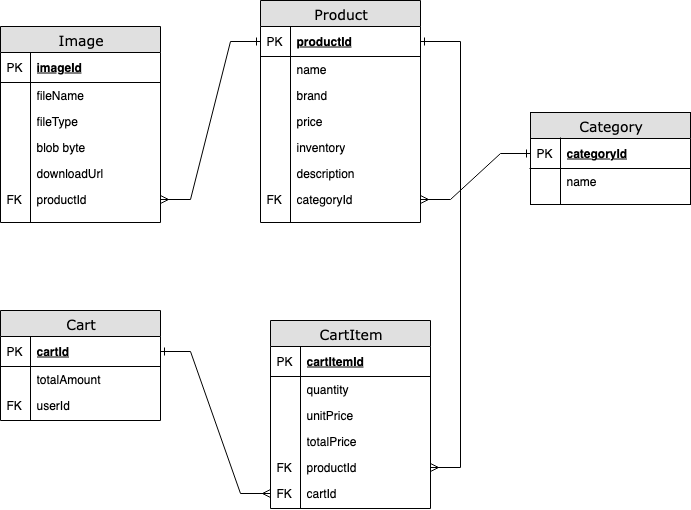
Above: screenshots/shopping-cart-erd.drawio.png in tgoldenphoenix/ShoppingCart-SpringBoot (draw.io), before the change. Source tidied: cells renumbered, new cells last; positions are measured from the earlier drawing's top-left corner, leaving out a move shared by most shapes.
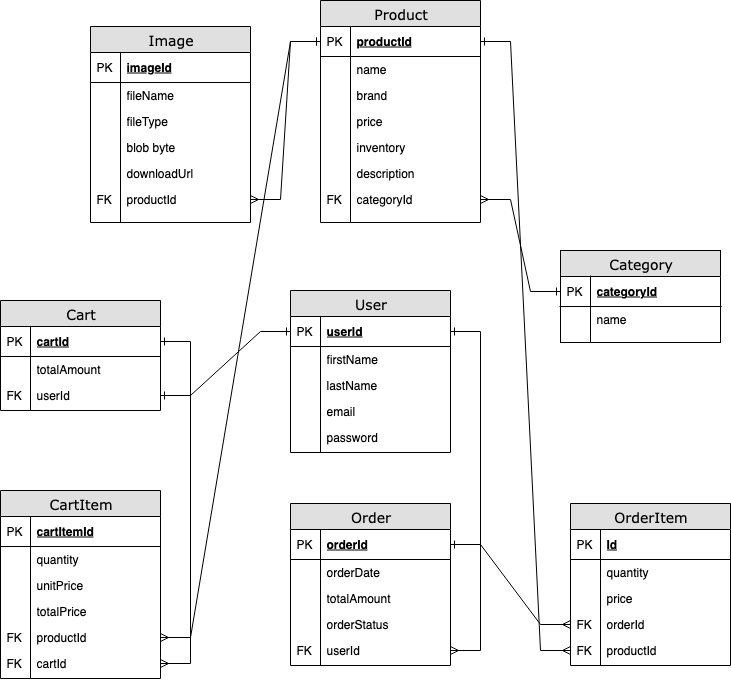
The same file after the commit.

Change to the diagram source:
```diff
@@ -3,7 +3,7 @@
     <mxCell id="0" />
     <mxCell id="1" parent="0" />
     <mxCell id="2" value="&lt;div&gt;Category&lt;/div&gt;" style="swimlane;html=1;fontStyle=0;horizontal=1;startSize=26;fillColor=#e0e0e0;swimlaneFillColor=#ffffff;align=center;rounded=0;shadow=0;comic=0;labelBackgroundColor=none;strokeWidth=1;fontFamily=Verdana;fontSize=14;" parent="1" vertex="1">
-      <mxGeometry x="530" y="112" width="160" height="92" as="geometry" />
+      <mxGeometry x="560" y="260" width="160" height="92" as="geometry" />
     </mxCell>
     <mxCell id="3" value="categoryId" style="shape=partialRectangle;top=0;left=0;right=0;bottom=1;html=1;align=left;verticalAlign=middle;fillColor=none;spacingLeft=34;spacingRight=4;whiteSpace=wrap;overflow=hidden;points=[[0,0.5],[1,0.5]];portConstraint=eastwest;fontStyle=5;" parent="2" vertex="1">
       <mxGeometry y="26" width="160" height="30" as="geometry" />
@@ -24,7 +24,7 @@
       <mxGeometry width="30" height="10" as="geometry" />
     </mxCell>
     <mxCell id="9" value="Product" style="swimlane;html=1;fontStyle=0;horizontal=1;startSize=26;fillColor=#e0e0e0;swimlaneFillColor=#ffffff;align=center;rounded=0;shadow=0;comic=0;labelBackgroundColor=none;strokeWidth=1;fontFamily=Verdana;fontSize=14;" parent="1" vertex="1">
-      <mxGeometry x="260" width="160" height="222" as="geometry" />
+      <mxGeometry x="320" y="10" width="160" height="222" as="geometry" />
     </mxCell>
     <mxCell id="10" value="productId" style="shape=partialRectangle;top=0;left=0;right=0;bottom=1;html=1;align=left;verticalAlign=middle;fillColor=none;spacingLeft=34;spacingRight=4;whiteSpace=wrap;overflow=hidden;points=[[0,0.5],[1,0.5]];portConstraint=eastwest;fontStyle=5;" parent="9" vertex="1">
       <mxGeometry y="26" width="160" height="30" as="geometry" />
@@ -75,7 +75,7 @@
       <mxGeometry width="30" height="10" as="geometry" />
     </mxCell>
     <mxCell id="26" value="Image" style="swimlane;html=1;fontStyle=0;horizontal=1;startSize=26;fillColor=#e0e0e0;swimlaneFillColor=#ffffff;align=center;rounded=0;shadow=0;comic=0;labelBackgroundColor=none;strokeWidth=1;fontFamily=Verdana;fontSize=14;" parent="1" vertex="1">
-      <mxGeometry y="26" width="160" height="196" as="geometry" />
+      <mxGeometry x="90" y="36" width="160" height="196" as="geometry" />
     </mxCell>
     <mxCell id="27" value="imageId" style="shape=partialRectangle;top=0;left=0;right=0;bottom=1;html=1;align=left;verticalAlign=middle;fillColor=none;spacingLeft=34;spacingRight=4;whiteSpace=wrap;overflow=hidden;fontStyle=5;" parent="26" vertex="1">
       <mxGeometry y="26" width="160" height="30" as="geometry" />
@@ -158,7 +158,7 @@
       <mxGeometry width="30" height="2" as="geometry" />
     </mxCell>
     <mxCell id="52" value="CartItem" style="swimlane;html=1;fontStyle=0;horizontal=1;startSize=26;fillColor=#e0e0e0;swimlaneFillColor=#ffffff;align=center;rounded=0;shadow=0;comic=0;labelBackgroundColor=none;strokeWidth=1;fontFamily=Verdana;fontSize=14;" parent="1" vertex="1">
-      <mxGeometry x="270" y="320" width="160" height="188" as="geometry" />
+      <mxGeometry y="500" width="160" height="188" as="geometry" />
     </mxCell>
     <mxCell id="53" value="cartItemId" style="shape=partialRectangle;top=0;left=0;right=0;bottom=1;html=1;align=left;verticalAlign=middle;fillColor=none;spacingLeft=34;spacingRight=4;whiteSpace=wrap;overflow=hidden;fontStyle=5;" parent="52" vertex="1">
       <mxGeometry y="26" width="160" height="30" as="geometry" />
@@ -208,5 +208,134 @@
     <mxCell id="68" style="edgeStyle=entityRelationEdgeStyle;fontSize=12;html=1;endArrow=ERone;startArrow=ERmany;rounded=0;endFill=0;" parent="1" edge="1" source="61" target="10">
       <mxGeometry relative="1" as="geometry" />
     </mxCell>
+    <mxCell id="69" value="User" style="swimlane;html=1;fontStyle=0;horizontal=1;startSize=26;fillColor=#e0e0e0;swimlaneFillColor=#ffffff;align=center;rounded=0;shadow=0;comic=0;labelBackgroundColor=none;strokeWidth=1;fontFamily=Verdana;fontSize=14;" parent="1" vertex="1">
+      <mxGeometry x="290" y="300" width="160" height="162" as="geometry" />
+    </mxCell>
+    <mxCell id="70" value="userId" style="shape=partialRectangle;top=0;left=0;right=0;bottom=1;html=1;align=left;verticalAlign=middle;fillColor=none;spacingLeft=34;spacingRight=4;whiteSpace=wrap;overflow=hidden;points=[[0,0.5],[1,0.5]];portConstraint=eastwest;fontStyle=5;" parent="69" vertex="1">
+      <mxGeometry y="26" width="160" height="30" as="geometry" />
+    </mxCell>
+    <mxCell id="71" value="PK" style="shape=partialRectangle;top=0;left=0;bottom=0;html=1;fillColor=none;align=left;verticalAlign=middle;spacingLeft=4;spacingRight=4;whiteSpace=wrap;overflow=hidden;" parent="70" vertex="1">
+      <mxGeometry width="30" height="30" as="geometry" />
+    </mxCell>
+    <mxCell id="72" value="firstName" style="shape=partialRectangle;top=0;left=0;right=0;bottom=0;html=1;align=left;verticalAlign=top;fillColor=none;spacingLeft=34;spacingRight=4;whiteSpace=wrap;overflow=hidden;" parent="69" vertex="1">
+      <mxGeometry y="56" width="160" height="26" as="geometry" />
+    </mxCell>
+    <mxCell id="73" style="shape=partialRectangle;top=0;left=0;bottom=0;html=1;fillColor=none;align=left;verticalAlign=top;spacingLeft=4;spacingRight=4;whiteSpace=wrap;overflow=hidden;" parent="72" vertex="1">
+      <mxGeometry width="30" height="26" as="geometry" />
+    </mxCell>
+    <mxCell id="74" value="lastName" style="shape=partialRectangle;top=0;left=0;right=0;bottom=0;html=1;align=left;verticalAlign=top;fillColor=none;spacingLeft=34;spacingRight=4;whiteSpace=wrap;overflow=hidden;" parent="69" vertex="1">
+      <mxGeometry y="82" width="160" height="26" as="geometry" />
+    </mxCell>
+    <mxCell id="75" style="shape=partialRectangle;top=0;left=0;bottom=0;html=1;fillColor=none;align=left;verticalAlign=top;spacingLeft=4;spacingRight=4;whiteSpace=wrap;overflow=hidden;" parent="74" vertex="1">
+      <mxGeometry width="30" height="26" as="geometry" />
+    </mxCell>
+    <mxCell id="76" value="email" style="shape=partialRectangle;top=0;left=0;right=0;bottom=0;html=1;align=left;verticalAlign=top;fillColor=none;spacingLeft=34;spacingRight=4;whiteSpace=wrap;overflow=hidden;" parent="69" vertex="1">
+      <mxGeometry y="108" width="160" height="26" as="geometry" />
+    </mxCell>
+    <mxCell id="77" style="shape=partialRectangle;top=0;left=0;bottom=0;html=1;fillColor=none;align=left;verticalAlign=top;spacingLeft=4;spacingRight=4;whiteSpace=wrap;overflow=hidden;" parent="76" vertex="1">
+      <mxGeometry width="30" height="26" as="geometry" />
+    </mxCell>
+    <mxCell id="78" value="password" style="shape=partialRectangle;top=0;left=0;right=0;bottom=0;html=1;align=left;verticalAlign=top;fillColor=none;spacingLeft=34;spacingRight=4;whiteSpace=wrap;overflow=hidden;" parent="69" vertex="1">
+      <mxGeometry y="134" width="160" height="26" as="geometry" />
+    </mxCell>
+    <mxCell id="79" style="shape=partialRectangle;top=0;left=0;bottom=0;html=1;fillColor=none;align=left;verticalAlign=top;spacingLeft=4;spacingRight=4;whiteSpace=wrap;overflow=hidden;" parent="78" vertex="1">
+      <mxGeometry width="30" height="26" as="geometry" />
+    </mxCell>
+    <mxCell id="80" style="shape=partialRectangle;top=0;left=0;right=0;bottom=0;html=1;align=left;verticalAlign=top;fillColor=none;spacingLeft=34;spacingRight=4;whiteSpace=wrap;overflow=hidden;" parent="69" vertex="1">
+      <mxGeometry y="160" width="160" height="2" as="geometry" />
+    </mxCell>
+    <mxCell id="81" style="shape=partialRectangle;top=0;left=0;bottom=0;html=1;fillColor=none;align=left;verticalAlign=top;spacingLeft=4;spacingRight=4;whiteSpace=wrap;overflow=hidden;" parent="80" vertex="1">
+      <mxGeometry width="30" height="2" as="geometry" />
+    </mxCell>
+    <mxCell id="82" value="Order" style="swimlane;html=1;fontStyle=0;horizontal=1;startSize=26;fillColor=#e0e0e0;swimlaneFillColor=#ffffff;align=center;rounded=0;shadow=0;comic=0;labelBackgroundColor=none;strokeWidth=1;fontFamily=Verdana;fontSize=14;" parent="1" vertex="1">
+      <mxGeometry x="290" y="513" width="160" height="162" as="geometry" />
+    </mxCell>
+    <mxCell id="83" value="orderId" style="shape=partialRectangle;top=0;left=0;right=0;bottom=1;html=1;align=left;verticalAlign=middle;fillColor=none;spacingLeft=34;spacingRight=4;whiteSpace=wrap;overflow=hidden;points=[[0,0.5],[1,0.5]];portConstraint=eastwest;fontStyle=5;" parent="82" vertex="1">
+      <mxGeometry y="26" width="160" height="30" as="geometry" />
+    </mxCell>
+    <mxCell id="84" value="PK" style="shape=partialRectangle;top=0;left=0;bottom=0;html=1;fillColor=none;align=left;verticalAlign=middle;spacingLeft=4;spacingRight=4;whiteSpace=wrap;overflow=hidden;" parent="83" vertex="1">
+      <mxGeometry width="30" height="30" as="geometry" />
+    </mxCell>
+    <mxCell id="85" value="orderDate" style="shape=partialRectangle;top=0;left=0;right=0;bottom=0;html=1;align=left;verticalAlign=top;fillColor=none;spacingLeft=34;spacingRight=4;whiteSpace=wrap;overflow=hidden;" parent="82" vertex="1">
+      <mxGeometry y="56" width="160" height="26" as="geometry" />
+    </mxCell>
+    <mxCell id="86" style="shape=partialRectangle;top=0;left=0;bottom=0;html=1;fillColor=none;align=left;verticalAlign=top;spacingLeft=4;spacingRight=4;whiteSpace=wrap;overflow=hidden;" parent="85" vertex="1">
+      <mxGeometry width="30" height="26" as="geometry" />
+    </mxCell>
+    <mxCell id="87" value="totalAmount" style="shape=partialRectangle;top=0;left=0;right=0;bottom=0;html=1;align=left;verticalAlign=top;fillColor=none;spacingLeft=34;spacingRight=4;whiteSpace=wrap;overflow=hidden;" parent="82" vertex="1">
+      <mxGeometry y="82" width="160" height="26" as="geometry" />
+    </mxCell>
+    <mxCell id="88" style="shape=partialRectangle;top=0;left=0;bottom=0;html=1;fillColor=none;align=left;verticalAlign=top;spacingLeft=4;spacingRight=4;whiteSpace=wrap;overflow=hidden;" parent="87" vertex="1">
+      <mxGeometry width="30" height="26" as="geometry" />
+    </mxCell>
+    <mxCell id="89" value="orderStatus" style="shape=partialRectangle;top=0;left=0;right=0;bottom=0;html=1;align=left;verticalAlign=top;fillColor=none;spacingLeft=34;spacingRight=4;whiteSpace=wrap;overflow=hidden;" parent="82" vertex="1">
+      <mxGeometry y="108" width="160" height="26" as="geometry" />
+    </mxCell>
+    <mxCell id="90" style="shape=partialRectangle;top=0;left=0;bottom=0;html=1;fillColor=none;align=left;verticalAlign=top;spacingLeft=4;spacingRight=4;whiteSpace=wrap;overflow=hidden;" parent="89" vertex="1">
+      <mxGeometry width="30" height="26" as="geometry" />
+    </mxCell>
+    <mxCell id="91" value="userId" style="shape=partialRectangle;top=0;left=0;right=0;bottom=0;html=1;align=left;verticalAlign=top;fillColor=none;spacingLeft=34;spacingRight=4;whiteSpace=wrap;overflow=hidden;points=[[0,0.5],[1,0.5]];portConstraint=eastwest;" parent="82" vertex="1">
+      <mxGeometry y="134" width="160" height="26" as="geometry" />
+    </mxCell>
+    <mxCell id="92" value="FK" style="shape=partialRectangle;top=0;left=0;bottom=0;html=1;fillColor=none;align=left;verticalAlign=top;spacingLeft=4;spacingRight=4;whiteSpace=wrap;overflow=hidden;" parent="91" vertex="1">
+      <mxGeometry width="30" height="26" as="geometry" />
+    </mxCell>
+    <mxCell id="93" style="shape=partialRectangle;top=0;left=0;right=0;bottom=0;html=1;align=left;verticalAlign=top;fillColor=none;spacingLeft=34;spacingRight=4;whiteSpace=wrap;overflow=hidden;" parent="82" vertex="1">
+      <mxGeometry y="160" width="160" height="2" as="geometry" />
+    </mxCell>
+    <mxCell id="94" style="shape=partialRectangle;top=0;left=0;bottom=0;html=1;fillColor=none;align=left;verticalAlign=top;spacingLeft=4;spacingRight=4;whiteSpace=wrap;overflow=hidden;" parent="93" vertex="1">
+      <mxGeometry width="30" height="2" as="geometry" />
+    </mxCell>
+    <mxCell id="95" value="OrderItem" style="swimlane;html=1;fontStyle=0;horizontal=1;startSize=26;fillColor=#e0e0e0;swimlaneFillColor=#ffffff;align=center;rounded=0;shadow=0;comic=0;labelBackgroundColor=none;strokeWidth=1;fontFamily=Verdana;fontSize=14;" parent="1" vertex="1">
+      <mxGeometry x="570" y="513" width="160" height="162" as="geometry" />
+    </mxCell>
+    <mxCell id="96" value="Id" style="shape=partialRectangle;top=0;left=0;right=0;bottom=1;html=1;align=left;verticalAlign=middle;fillColor=none;spacingLeft=34;spacingRight=4;whiteSpace=wrap;overflow=hidden;fontStyle=5;" parent="95" vertex="1">
+      <mxGeometry y="26" width="160" height="30" as="geometry" />
+    </mxCell>
+    <mxCell id="97" value="PK" style="shape=partialRectangle;top=0;left=0;bottom=0;html=1;fillColor=none;align=left;verticalAlign=middle;spacingLeft=4;spacingRight=4;whiteSpace=wrap;overflow=hidden;" parent="96" vertex="1">
+      <mxGeometry width="30" height="30" as="geometry" />
+    </mxCell>
+    <mxCell id="98" value="quantity" style="shape=partialRectangle;top=0;left=0;right=0;bottom=0;html=1;align=left;verticalAlign=top;fillColor=none;spacingLeft=34;spacingRight=4;whiteSpace=wrap;overflow=hidden;" parent="95" vertex="1">
+      <mxGeometry y="56" width="160" height="26" as="geometry" />
+    </mxCell>
+    <mxCell id="99" style="shape=partialRectangle;top=0;left=0;bottom=0;html=1;fillColor=none;align=left;verticalAlign=top;spacingLeft=4;spacingRight=4;whiteSpace=wrap;overflow=hidden;" parent="98" vertex="1">
+      <mxGeometry width="30" height="26" as="geometry" />
+    </mxCell>
+    <mxCell id="100" value="price" style="shape=partialRectangle;top=0;left=0;right=0;bottom=0;html=1;align=left;verticalAlign=top;fillColor=none;spacingLeft=34;spacingRight=4;whiteSpace=wrap;overflow=hidden;" parent="95" vertex="1">
+      <mxGeometry y="82" width="160" height="26" as="geometry" />
+    </mxCell>
+    <mxCell id="101" style="shape=partialRectangle;top=0;left=0;bottom=0;html=1;fillColor=none;align=left;verticalAlign=top;spacingLeft=4;spacingRight=4;whiteSpace=wrap;overflow=hidden;" parent="100" vertex="1">
+      <mxGeometry width="30" height="26" as="geometry" />
+    </mxCell>
+    <mxCell id="102" value="orderId" style="shape=partialRectangle;top=0;left=0;right=0;bottom=0;html=1;align=left;verticalAlign=top;fillColor=none;spacingLeft=34;spacingRight=4;whiteSpace=wrap;overflow=hidden;points=[[0,0.5],[1,0.5]];portConstraint=eastwest;" parent="95" vertex="1">
+      <mxGeometry y="108" width="160" height="26" as="geometry" />
+    </mxCell>
+    <mxCell id="103" value="FK" style="shape=partialRectangle;top=0;left=0;bottom=0;html=1;fillColor=none;align=left;verticalAlign=top;spacingLeft=4;spacingRight=4;whiteSpace=wrap;overflow=hidden;" parent="102" vertex="1">
+      <mxGeometry width="30" height="26" as="geometry" />
+    </mxCell>
+    <mxCell id="104" value="productId" style="shape=partialRectangle;top=0;left=0;right=0;bottom=0;html=1;align=left;verticalAlign=top;fillColor=none;spacingLeft=34;spacingRight=4;whiteSpace=wrap;overflow=hidden;points=[[0,0.5],[1,0.5]];portConstraint=eastwest;" parent="95" vertex="1">
+      <mxGeometry y="134" width="160" height="26" as="geometry" />
+    </mxCell>
+    <mxCell id="105" value="FK" style="shape=partialRectangle;top=0;left=0;bottom=0;html=1;fillColor=none;align=left;verticalAlign=top;spacingLeft=4;spacingRight=4;whiteSpace=wrap;overflow=hidden;" parent="104" vertex="1">
+      <mxGeometry width="30" height="26" as="geometry" />
+    </mxCell>
+    <mxCell id="106" style="shape=partialRectangle;top=0;left=0;right=0;bottom=0;html=1;align=left;verticalAlign=top;fillColor=none;spacingLeft=34;spacingRight=4;whiteSpace=wrap;overflow=hidden;" parent="95" vertex="1">
+      <mxGeometry y="160" width="160" height="2" as="geometry" />
+    </mxCell>
+    <mxCell id="107" style="shape=partialRectangle;top=0;left=0;bottom=0;html=1;fillColor=none;align=left;verticalAlign=top;spacingLeft=4;spacingRight=4;whiteSpace=wrap;overflow=hidden;" parent="106" vertex="1">
+      <mxGeometry width="30" height="2" as="geometry" />
+    </mxCell>
+    <mxCell id="108" style="edgeStyle=entityRelationEdgeStyle;fontSize=12;html=1;endArrow=ERone;startArrow=ERmany;rounded=0;endFill=0;" parent="1" edge="1" source="91" target="70">
+      <mxGeometry relative="1" as="geometry" />
+    </mxCell>
+    <mxCell id="109" style="edgeStyle=entityRelationEdgeStyle;fontSize=12;html=1;endArrow=ERone;startArrow=ERmany;rounded=0;endFill=0;" parent="1" edge="1" source="102" target="83">
+      <mxGeometry relative="1" as="geometry" />
+    </mxCell>
+    <mxCell id="110" style="edgeStyle=entityRelationEdgeStyle;fontSize=12;html=1;endArrow=ERone;startArrow=ERmany;rounded=0;endFill=0;" parent="1" edge="1" source="104" target="10">
+      <mxGeometry relative="1" as="geometry" />
+    </mxCell>
+    <mxCell id="111" style="edgeStyle=entityRelationEdgeStyle;fontSize=12;html=1;endArrow=ERone;startArrow=ERone;rounded=0;endFill=0;startFill=0;" parent="1" edge="1" source="70" target="48">
+      <mxGeometry relative="1" as="geometry" />
+    </mxCell>
   </root>
 </mxGraphModel>
```
